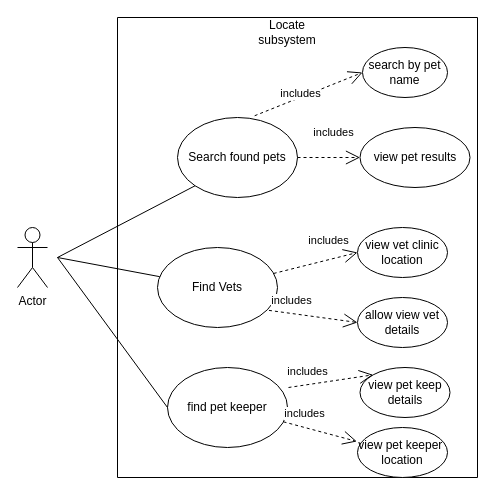
Earlier version of the draw.io diagram docs/use-case-diagrams/Location.drawio (COS301-SE-2024/TailWaggr). Source tidied: cells renumbered, new cells numbered last; positions are measured from the earlier drawing's top-left corner, leaving out a move shared by most shapes. Both pictures are drawn from the tidied source at 100%, with x=0, y=0 at pixel (17, 17).
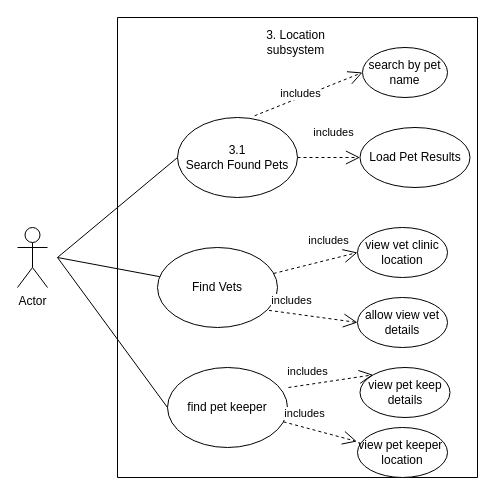
Above is the later version.

Commit message (it also covers changes not shown here):
Slightly altered account diagram and numbered Forums and Location diagrams

Change to the diagram source:
```diff
@@
-    <mxCell id="2" value="Search found pets" style="ellipse;whiteSpace=wrap;html=1;" parent="1" vertex="1">
+    <mxCell id="2" value="3.1&lt;br&gt;Search Found Pets" style="ellipse;whiteSpace=wrap;html=1;" parent="1" vertex="1">
       <mxGeometry x="160" y="100" width="120" height="80" as="geometry" />
     </mxCell>
@@
-    <mxCell id="10" value="Locate subsystem" style="text;html=1;align=center;verticalAlign=middle;whiteSpace=wrap;rounded=0;" parent="1" vertex="1">
-      <mxGeometry x="240" width="60" height="30" as="geometry" />
+    <mxCell id="10" value="3. Location subsystem" style="text;html=1;align=center;verticalAlign=middle;whiteSpace=wrap;rounded=0;" parent="1" vertex="1">
+      <mxGeometry x="240" y="10" width="77" height="30" as="geometry" />
     </mxCell>
@@
-    <mxCell id="12" value="view pet results" style="ellipse;whiteSpace=wrap;html=1;" parent="1" vertex="1">
+    <mxCell id="12" value="Load Pet Results" style="ellipse;whiteSpace=wrap;html=1;" parent="1" vertex="1">
       <mxGeometry x="342.5" y="110" width="110" height="60" as="geometry" />
     </mxCell>
@@
-    <mxCell id="19" style="endArrow=none;html=1;rounded=0;entryX=0;entryY=1;entryDx=0;entryDy=0;" parent="1" edge="1" target="2">
+    <mxCell id="19" style="endArrow=none;html=1;rounded=0;entryX=0;entryY=0.5;entryDx=0;entryDy=0;" parent="1" edge="1" target="2">
       <mxGeometry relative="1" as="geometry">
         <mxPoint x="40" y="240" as="sourcePoint" />
       </mxGeometry>
     </mxCell>
```
